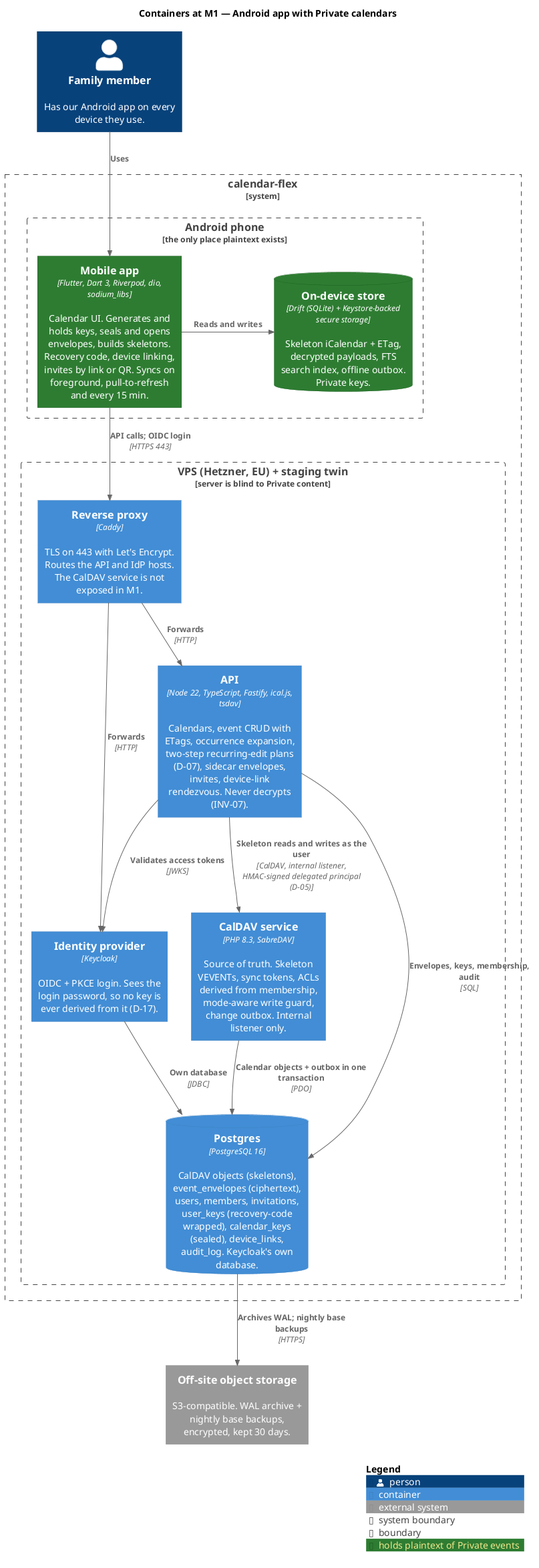
This is docs/diagrams/c4-2-containers-m1.png from fabelhaft-io/flexcalendar, a PlantUML export, as it was before one commit.
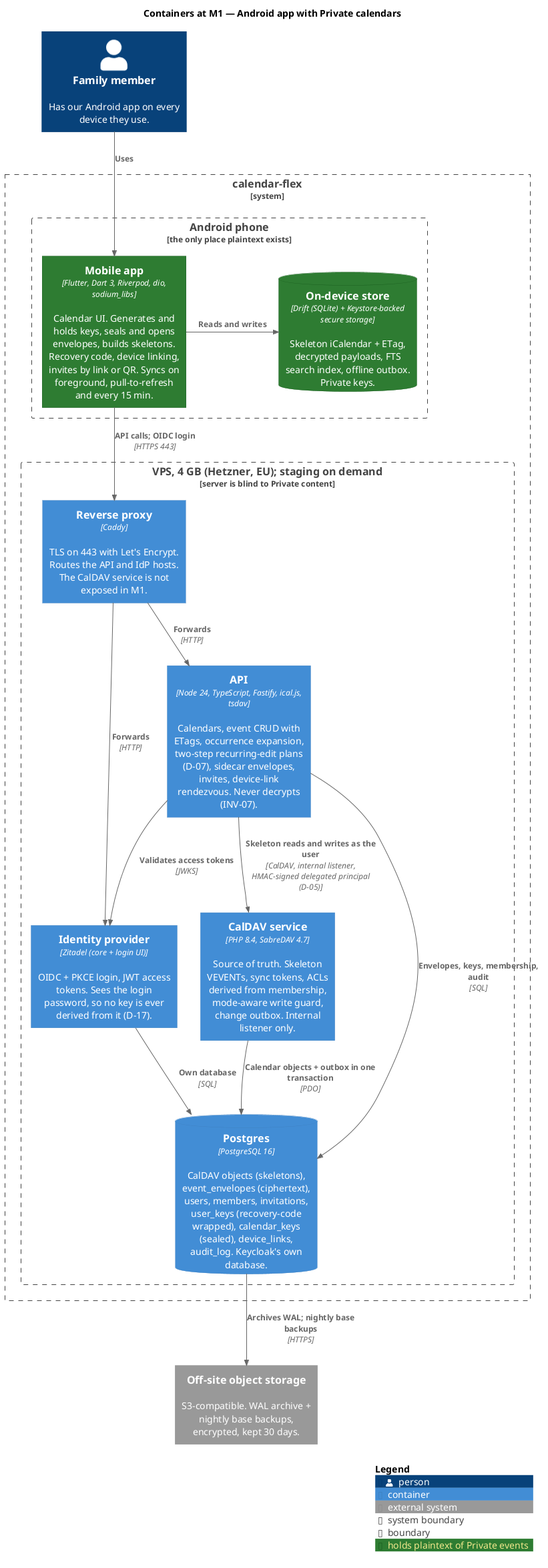
After the change.

What changed in the source:
```diff
@@ -15,11 +15,11 @@
     ContainerDb(local, "On-device store", "Drift (SQLite) + Keystore-backed secure storage", "Skeleton iCalendar + ETag, decrypted payloads, FTS search index, offline outbox. Private keys.", $tags="plaintext")
   }
 
-  Boundary(vps, "VPS (Hetzner, EU) + staging twin", "server is blind to Private content") {
+  Boundary(vps, "VPS, 4 GB (Hetzner, EU); staging on demand", "server is blind to Private content") {
     Container(caddy, "Reverse proxy", "Caddy", "TLS on 443 with Let's Encrypt. Routes the API and IdP hosts. The CalDAV service is not exposed in M1.")
-    Container(idp, "Identity provider", "Keycloak", "OIDC + PKCE login. Sees the login password, so no key is ever derived from it (D-17).")
-    Container(api, "API", "Node 22, TypeScript, Fastify, ical.js, tsdav", "Calendars, event CRUD with ETags, occurrence expansion, two-step recurring-edit plans (D-07), sidecar envelopes, invites, device-link rendezvous. Never decrypts (INV-07).")
-    Container(caldav, "CalDAV service", "PHP 8.3, SabreDAV", "Source of truth. Skeleton VEVENTs, sync tokens, ACLs derived from membership, mode-aware write guard, change outbox. Internal listener only.")
+    Container(idp, "Identity provider", "Zitadel (core + login UI)", "OIDC + PKCE login, JWT access tokens. Sees the login password, so no key is ever derived from it (D-17).")
+    Container(api, "API", "Node 24, TypeScript, Fastify, ical.js, tsdav", "Calendars, event CRUD with ETags, occurrence expansion, two-step recurring-edit plans (D-07), sidecar envelopes, invites, device-link rendezvous. Never decrypts (INV-07).")
+    Container(caldav, "CalDAV service", "PHP 8.4, SabreDAV 4.7", "Source of truth. Skeleton VEVENTs, sync tokens, ACLs derived from membership, mode-aware write guard, change outbox. Internal listener only.")
     ContainerDb(db, "Postgres", "PostgreSQL 16", "CalDAV objects (skeletons), event_envelopes (ciphertext), users, members, invitations, user_keys (recovery-code wrapped), calendar_keys (sealed), device_links, audit_log. Keycloak's own database.")
   }
 }
@@ -35,7 +35,7 @@
 Rel(api, caldav, "Skeleton reads and writes as the user", "CalDAV, internal listener, HMAC-signed delegated principal (D-05)")
 Rel(api, db, "Envelopes, keys, membership, audit", "SQL")
 Rel(caldav, db, "Calendar objects + outbox in one transaction", "PDO")
-Rel(idp, db, "Own database", "JDBC")
+Rel(idp, db, "Own database", "SQL")
 Rel(db, backup, "Archives WAL; nightly base backups", "HTTPS")
 
 SHOW_LEGEND()
```
